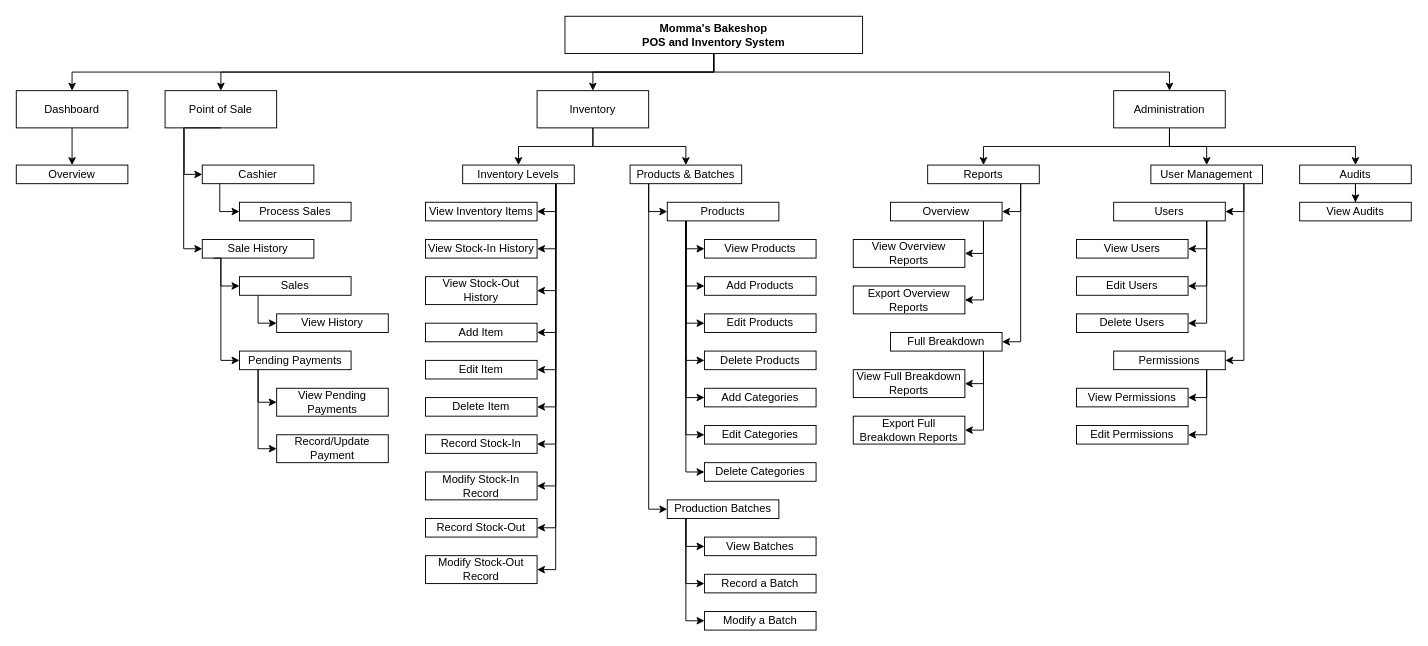
Above: IT12 Final Project System Navigation.drawio in LlanderSei/IT12-Final-Project (draw.io), before the change. Source tidied: cells renumbered, new cells numbered last; positions are measured from the earlier drawing's top-left corner, leaving out a move shared by most shapes. Both pictures are drawn from the tidied source at 93%, with x=0, y=0 at pixel (16, 16).
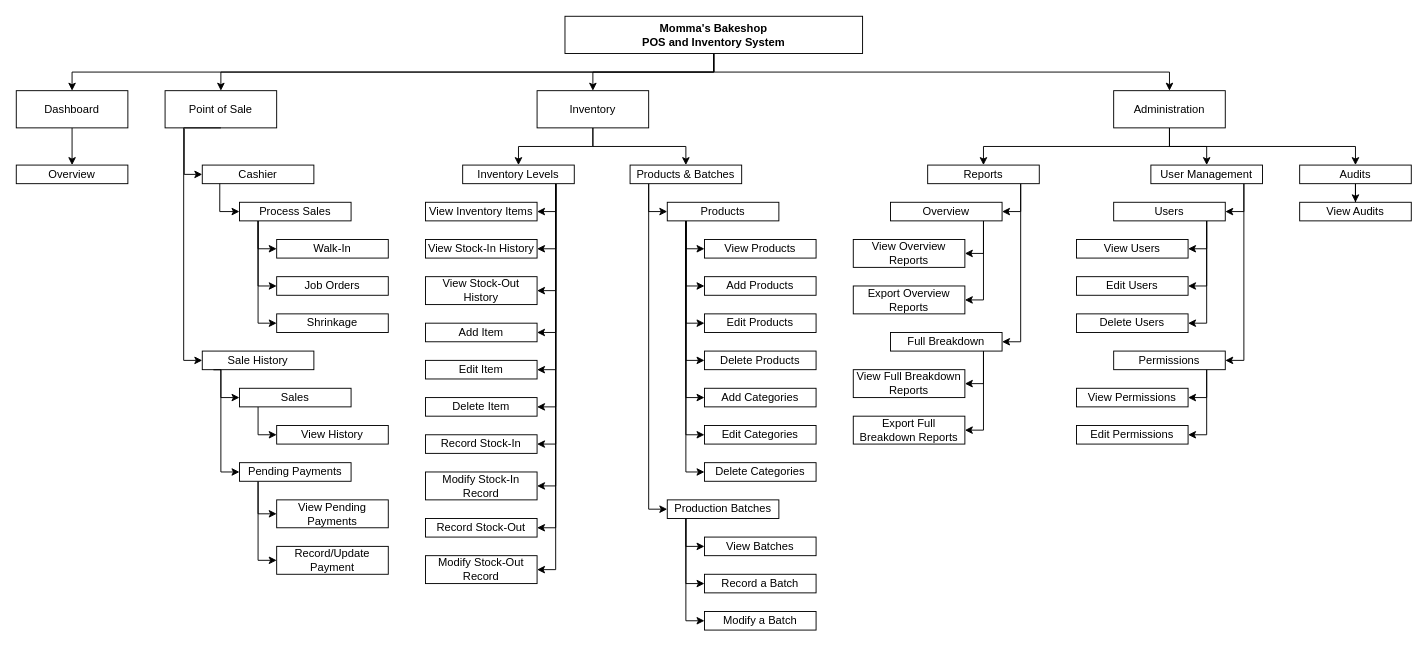
The same page after the edit.

Unchanged cells that the change refers to:
```xml
<mxCell id="9" value="Point of Sale" style="rounded=0;whiteSpace=wrap;html=1;" parent="1" vertex="1">
  <mxGeometry x="160" y="80" width="120" height="40" as="geometry" />
</mxCell>
<mxCell id="15" value="Process Sales" style="rounded=0;whiteSpace=wrap;html=1;" parent="1" vertex="1">
  <mxGeometry x="240" y="200" width="120" height="20" as="geometry" />
</mxCell>
```

Diff of the diagram source:
```diff
@@
     <mxCell id="10" value="Sale History" style="rounded=0;whiteSpace=wrap;html=1;" parent="1" vertex="1">
-      <mxGeometry x="200" y="240" width="120" height="20" as="geometry" />
+      <mxGeometry x="200" y="360" width="120" height="20" as="geometry" />
     </mxCell>
@@
+    <mxCell id="111" style="edgeStyle=orthogonalEdgeStyle;rounded=0;jettySize=auto;html=1;entryX=0;entryY=0.5;entryDx=0;entryDy=0;" parent="1" edge="1" source="15" target="114">
+      <mxGeometry relative="1" as="geometry">
+        <Array as="points">
+          <mxPoint x="260" y="250" />
+        </Array>
+      </mxGeometry>
+    </mxCell>
+    <mxCell id="112" style="edgeStyle=orthogonalEdgeStyle;rounded=0;jettySize=auto;html=1;entryX=0;entryY=0.5;entryDx=0;entryDy=0;" parent="1" edge="1" source="15" target="115">
+      <mxGeometry relative="1" as="geometry">
+        <Array as="points">
+          <mxPoint x="260" y="290" />
+        </Array>
+      </mxGeometry>
+    </mxCell>
+    <mxCell id="113" style="edgeStyle=orthogonalEdgeStyle;rounded=0;jettySize=auto;html=1;entryX=0;entryY=0.5;entryDx=0;entryDy=0;" parent="1" edge="1" source="15" target="116">
+      <mxGeometry relative="1" as="geometry">
+        <Array as="points">
+          <mxPoint x="260" y="330" />
+        </Array>
+      </mxGeometry>
+    </mxCell>
@@
     <mxCell id="16" style="edgeStyle=orthogonalEdgeStyle;rounded=0;jettySize=auto;html=1;entryX=0;entryY=0.5;entryDx=0;entryDy=0;" parent="1" edge="1" source="17" target="18">
       <mxGeometry relative="1" as="geometry">
         <Array as="points">
-          <mxPoint x="260" y="330" />
+          <mxPoint x="260" y="450" />
         </Array>
       </mxGeometry>
     </mxCell>
     <mxCell id="17" value="Sales" style="rounded=0;whiteSpace=wrap;html=1;" parent="1" vertex="1">
-      <mxGeometry x="240" y="280" width="120" height="20" as="geometry" />
+      <mxGeometry x="240" y="400" width="120" height="20" as="geometry" />
     </mxCell>
     <mxCell id="18" value="View History" style="rounded=0;whiteSpace=wrap;html=1;" parent="1" vertex="1">
-      <mxGeometry x="280" y="320" width="120" height="20" as="geometry" />
+      <mxGeometry x="280" y="440" width="120" height="20" as="geometry" />
     </mxCell>
     <mxCell id="19" style="edgeStyle=orthogonalEdgeStyle;rounded=0;jettySize=auto;html=1;entryX=0;entryY=0.5;entryDx=0;entryDy=0;" parent="1" edge="1" source="21" target="105">
       <mxGeometry relative="1" as="geometry">
         <Array as="points">
-          <mxPoint x="260" y="415" />
+          <mxPoint x="260" y="535" />
         </Array>
       </mxGeometry>
     </mxCell>
     <mxCell id="20" style="edgeStyle=orthogonalEdgeStyle;rounded=0;jettySize=auto;html=1;entryX=0;entryY=0.5;entryDx=0;entryDy=0;" parent="1" edge="1" source="21" target="22">
       <mxGeometry relative="1" as="geometry">
         <Array as="points">
-          <mxPoint x="260" y="465" />
+          <mxPoint x="260" y="585" />
         </Array>
       </mxGeometry>
     </mxCell>
     <mxCell id="21" value="Pending Payments" style="rounded=0;whiteSpace=wrap;html=1;" parent="1" vertex="1">
-      <mxGeometry x="240" y="360" width="120" height="20" as="geometry" />
+      <mxGeometry x="240" y="480" width="120" height="20" as="geometry" />
     </mxCell>
     <mxCell id="22" value="Record/Update Payment" style="rounded=0;whiteSpace=wrap;html=1;" parent="1" vertex="1">
-      <mxGeometry x="280" y="450" width="120" height="30" as="geometry" />
+      <mxGeometry x="280" y="570" width="120" height="30" as="geometry" />
     </mxCell>
@@
     <mxCell id="105" value="View Pending Payments" style="rounded=0;whiteSpace=wrap;html=1;" parent="1" vertex="1">
-      <mxGeometry x="280" y="400" width="120" height="30" as="geometry" />
+      <mxGeometry x="280" y="520" width="120" height="30" as="geometry" />
     </mxCell>
@@
     <mxCell id="108" style="endArrow=classic;html=1;rounded=0;edgeStyle=orthogonalEdgeStyle;exitX=0.5;exitY=1;exitDx=0;exitDy=0;entryX=0;entryY=0.5;entryDx=0;entryDy=0;" parent="1" edge="1" source="9" target="10">
       <mxGeometry relative="1" as="geometry">
         <Array as="points">
           <mxPoint x="180" y="120" />
-          <mxPoint x="180" y="250" />
+          <mxPoint x="180" y="370" />
         </Array>
       </mxGeometry>
     </mxCell>
     <mxCell id="109" style="endArrow=classic;html=1;rounded=0;edgeStyle=orthogonalEdgeStyle;exitX=0.167;exitY=0.998;exitDx=0;exitDy=0;exitPerimeter=0;entryX=0;entryY=0.5;entryDx=0;entryDy=0;" parent="1" edge="1">
       <mxGeometry relative="1" as="geometry">
-        <mxPoint x="220" y="260" as="sourcePoint" />
-        <mxPoint x="240" y="290" as="targetPoint" />
+        <mxPoint x="220" y="380" as="sourcePoint" />
+        <mxPoint x="240" y="410" as="targetPoint" />
         <Array as="points">
-          <mxPoint x="220" y="290" />
+          <mxPoint x="220" y="410" />
         </Array>
       </mxGeometry>
     </mxCell>
     <mxCell id="110" style="endArrow=classic;html=1;rounded=0;edgeStyle=orthogonalEdgeStyle;exitX=0.1;exitY=1.007;exitDx=0;exitDy=0;exitPerimeter=0;entryX=0;entryY=0.5;entryDx=0;entryDy=0;" parent="1" edge="1" source="10" target="21">
       <mxGeometry relative="1" as="geometry">
         <Array as="points">
-          <mxPoint x="220" y="260" />
-          <mxPoint x="220" y="370" />
+          <mxPoint x="220" y="380" />
+          <mxPoint x="220" y="490" />
         </Array>
       </mxGeometry>
     </mxCell>
+    <mxCell id="114" value="Walk-In" style="rounded=0;whiteSpace=wrap;html=1;" parent="1" vertex="1">
+      <mxGeometry x="280" y="240" width="120" height="20" as="geometry" />
+    </mxCell>
+    <mxCell id="115" value="Job Orders" style="rounded=0;whiteSpace=wrap;html=1;" parent="1" vertex="1">
+      <mxGeometry x="280" y="280" width="120" height="20" as="geometry" />
+    </mxCell>
+    <mxCell id="116" value="Shrinkage" style="rounded=0;whiteSpace=wrap;html=1;" parent="1" vertex="1">
+      <mxGeometry x="280" y="320" width="120" height="20" as="geometry" />
+    </mxCell>
```
